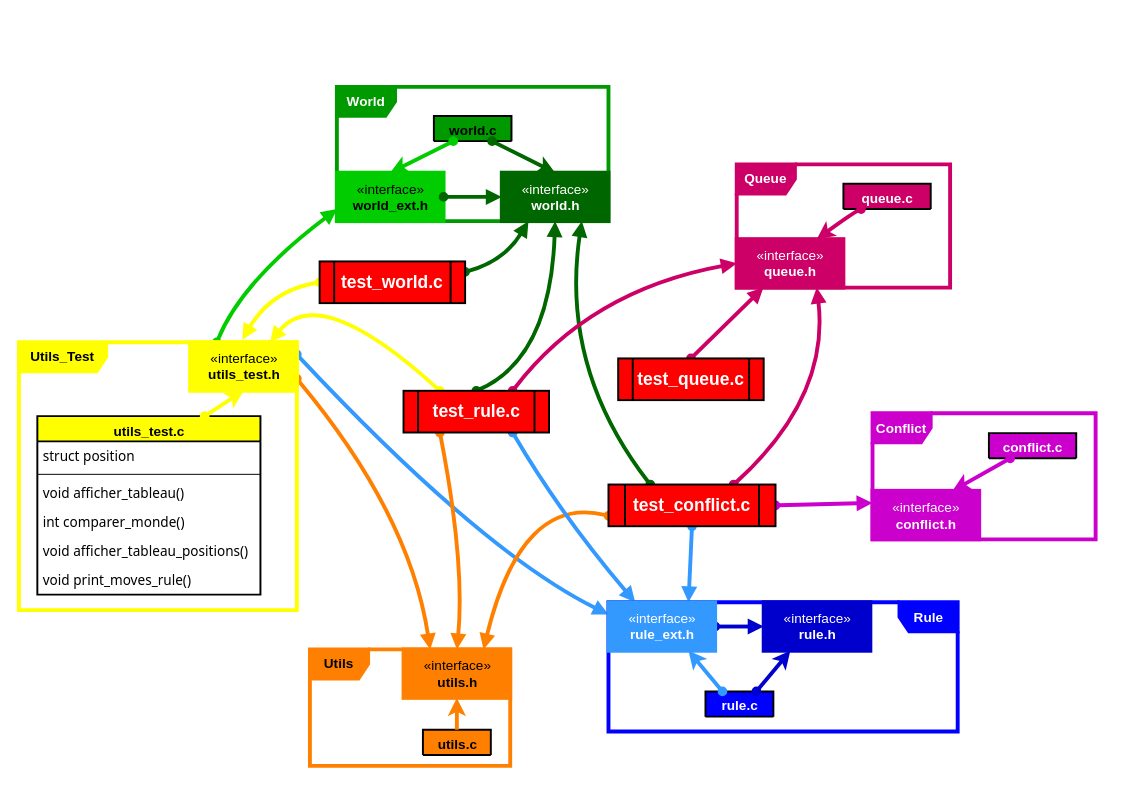
Before: doc/fig/tst.drawio in DerEins/sandwich, a draw.io diagram. Source tidied: cells renumbered, new cells numbered last; positions are measured from the earlier drawing's top-left corner, leaving out a move shared by most shapes. Both pictures are drawn from the tidied source at 97%, with x=0, y=0 at pixel (18, 86).
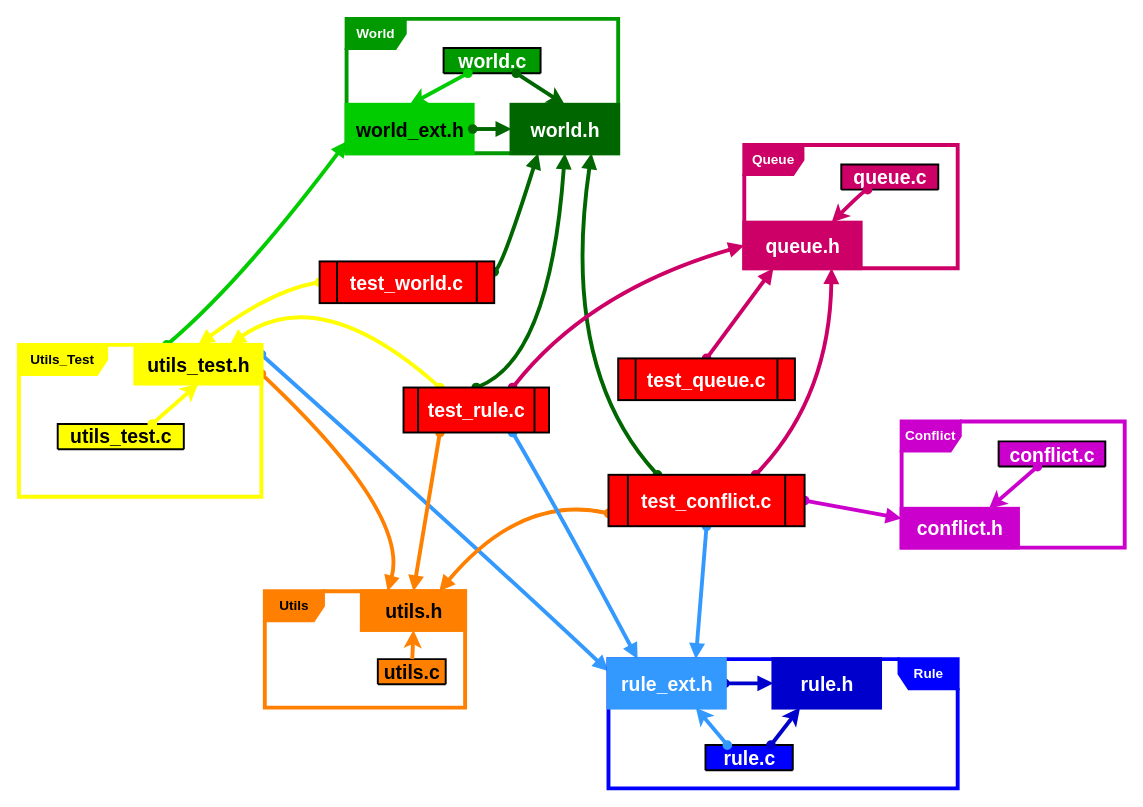
The same diagram, later.

Change to the diagram source:
```diff
@@
     <mxCell id="12" style="html=1;exitX=0.25;exitY=1;entryX=0.5;entryY=0;jettySize=auto;endArrow=block;dashed=0;endFill=1;entryDx=0;entryDy=0;exitDx=0;exitDy=0;strokeColor=#FF8000;strokeWidth=4;startArrow=oval;startFill=1;curved=1;" parent="1" edge="1" source="41" target="19">
-      <mxGeometry relative="1" as="geometry">
-        <Array as="points">
-          <mxPoint x="460" y="490" />
-        </Array>
-      </mxGeometry>
+      <mxGeometry relative="1" as="geometry" />
     </mxCell>
@@
-    <mxCell id="16" style="html=1;exitX=0;exitY=0.5;jettySize=auto;endArrow=block;dashed=0;endFill=1;exitDx=0;exitDy=0;entryX=0.804;entryY=-0.01;entryDx=0;entryDy=0;strokeColor=#FFFF00;strokeWidth=4;startArrow=oval;startFill=1;entryPerimeter=0;curved=1;" parent="1" edge="1" source="40" target="22">
+    <mxCell id="16" style="html=1;exitX=0;exitY=0.5;jettySize=auto;endArrow=block;dashed=0;endFill=1;exitDx=0;exitDy=0;strokeColor=#FFFF00;strokeWidth=4;startArrow=oval;startFill=1;curved=1;entryX=0.5;entryY=0;entryDx=0;entryDy=0;" parent="1" edge="1" source="40" target="30">
       <mxGeometry relative="1" as="geometry">
         <Array as="points">
           <mxPoint x="260" y="210" />
         </Array>
       </mxGeometry>
     </mxCell>
@@
     <mxCell id="18" value="&lt;font style=&quot;font-size: 14px&quot;&gt;&lt;b&gt;Utils&lt;/b&gt;&lt;/font&gt;" style="shape=umlFrame;whiteSpace=wrap;html=1;fillColor=#FF8000;strokeWidth=4;strokeColor=#FF8000;swimlaneFillColor=none;" parent="1" vertex="1">
-      <mxGeometry x="300" y="580" width="206.5" height="120" as="geometry" />
+      <mxGeometry x="253.5" y="520" width="206.5" height="120" as="geometry" />
     </mxCell>
-    <mxCell id="19" value="«interface»&lt;br&gt;&lt;b&gt;utils.h&lt;br&gt;&lt;/b&gt;" style="html=1;rounded=0;shadow=0;comic=0;fontFamily=Helvetica;fontSize=14;strokeColor=#FF8000;strokeWidth=4;fillColor=#FF8000;" parent="18" vertex="1">
-      <mxGeometry x="96.5" width="110" height="50" as="geometry" />
+    <mxCell id="19" value="&lt;b style=&quot;font-size: 20px&quot;&gt;utils.h&lt;br style=&quot;font-size: 20px&quot;&gt;&lt;/b&gt;" style="html=1;rounded=0;shadow=0;comic=0;fontFamily=Helvetica;fontSize=20;strokeColor=#FF8000;strokeWidth=4;fillColor=#FF8000;" parent="18" vertex="1">
+      <mxGeometry x="100" width="106.5" height="40" as="geometry" />
     </mxCell>
-    <mxCell id="20" value="utils.c" style="swimlane;fontStyle=1;align=center;verticalAlign=top;horizontal=1;startSize=26;rounded=0;shadow=0;comic=0;fontFamily=Helvetica;fontSize=14;strokeColor=#000000;strokeWidth=2;fillColor=#FF8000;html=1;" parent="18" vertex="1" collapsed="1">
-      <mxGeometry x="116.5" y="82.8" width="70" height="26" as="geometry" />
+    <mxCell id="20" value="utils.c" style="swimlane;fontStyle=1;align=center;verticalAlign=middle;horizontal=1;startSize=26;rounded=0;shadow=0;comic=0;fontFamily=Helvetica;fontSize=20;strokeColor=#000000;strokeWidth=2;fillColor=#FF8000;html=1;" parent="18" vertex="1" collapsed="1">
+      <mxGeometry x="116.5" y="70" width="70" height="26" as="geometry" />
     </mxCell>
@@
     <mxCell id="22" value="&lt;font style=&quot;font-size: 14px&quot;&gt;&lt;b&gt;Utils_Test&lt;/b&gt;&lt;/font&gt;" style="shape=umlFrame;whiteSpace=wrap;html=1;fillColor=#FFFF00;strokeWidth=4;strokeColor=#FFFF00;swimlaneFillColor=none;width=90;height=30;" parent="1" vertex="1">
-      <mxGeometry y="263.4" width="286.5" height="276.1" as="geometry" />
+      <mxGeometry y="266" width="250" height="156.6" as="geometry" />
     </mxCell>
+    <mxCell id="30" value="&lt;b style=&quot;font-size: 20px;&quot;&gt;utils_test.h&lt;br style=&quot;font-size: 20px;&quot;&gt;&lt;/b&gt;" style="html=1;rounded=0;shadow=0;comic=0;fontFamily=Helvetica;fontSize=20;strokeColor=#FFFF00;strokeWidth=4;fillColor=#FFFF00;" parent="22" vertex="1">
+      <mxGeometry x="120" width="130" height="40" as="geometry" />
+    </mxCell>
-    <mxCell id="23" value="utils_test.c" style="swimlane;fontStyle=1;align=center;verticalAlign=top;horizontal=1;startSize=26;rounded=0;shadow=0;comic=0;fontFamily=Helvetica;fontSize=14;strokeColor=#000000;strokeWidth=2;fillColor=#FFFF00;html=1;" parent="22" vertex="1">
-      <mxGeometry x="19" y="76.1" width="230" height="184" as="geometry" />
+    <mxCell id="23" value="utils_test.c" style="swimlane;fontStyle=1;align=center;verticalAlign=middle;horizontal=1;startSize=26;rounded=0;shadow=0;comic=0;fontFamily=Helvetica;fontSize=20;strokeColor=#000000;strokeWidth=2;fillColor=#FFFF00;html=1;spacingBottom=1;" parent="22" vertex="1" collapsed="1">
+      <mxGeometry x="40" y="81.6" width="130" height="26" as="geometry" />
     </mxCell>
-    <mxCell id="24" value="&lt;span style=&quot;color: rgb(0 , 0 , 0) ; font-family: &amp;#34;tahoma&amp;#34;&quot;&gt;struct position&lt;/span&gt;" style="text;whiteSpace=wrap;html=1;fontSize=14;fontFamily=Tahoma;fontColor=#FFFFFF;verticalAlign=middle;spacing=2;spacingLeft=4;spacingRight=4;" parent="23" vertex="1">
-      <mxGeometry y="26" width="230" height="30" as="geometry" />
-    </mxCell>
-    <mxCell id="25" style="line;strokeWidth=1;fillColor=none;align=left;verticalAlign=middle;spacingTop=-1;spacingLeft=3;spacingRight=3;labelPosition=right;rounded=0;shadow=0;comic=0;fontFamily=Helvetica;fontSize=14;html=1;" parent="23" vertex="1">
-      <mxGeometry y="56" width="230" height="8" as="geometry" />
-    </mxCell>
-    <mxCell id="26" value="&lt;span style=&quot;color: rgb(0 , 0 , 0) ; font-family: &amp;#34;tahoma&amp;#34;&quot;&gt;void afficher_tableau()&lt;/span&gt;" style="text;whiteSpace=wrap;html=1;fontSize=14;fontFamily=Tahoma;fontColor=#FFFFFF;verticalAlign=middle;spacing=2;spacingLeft=4;spacingRight=4;" parent="23" vertex="1">
-      <mxGeometry y="64" width="230" height="30" as="geometry" />
-    </mxCell>
-    <mxCell id="27" value="&lt;span style=&quot;color: rgb(0 , 0 , 0) ; font-family: &amp;#34;tahoma&amp;#34;&quot;&gt;int comparer_monde&lt;/span&gt;&lt;span style=&quot;color: rgb(0 , 0 , 0) ; font-family: &amp;#34;tahoma&amp;#34;&quot;&gt;()&lt;/span&gt;" style="text;whiteSpace=wrap;html=1;fontSize=14;fontFamily=Tahoma;fontColor=#FFFFFF;verticalAlign=middle;spacing=2;spacingLeft=4;spacingRight=4;" parent="23" vertex="1">
-      <mxGeometry y="94" width="230" height="30" as="geometry" />
-    </mxCell>
-    <mxCell id="28" value="&lt;span style=&quot;color: rgb(0 , 0 , 0) ; font-family: &amp;#34;tahoma&amp;#34;&quot;&gt;void afficher_tableau_positions(&lt;/span&gt;&lt;span style=&quot;color: rgb(0 , 0 , 0) ; font-family: &amp;#34;tahoma&amp;#34;&quot;&gt;)&lt;/span&gt;" style="text;whiteSpace=wrap;html=1;fontSize=14;fontFamily=Tahoma;fontColor=#FFFFFF;verticalAlign=middle;spacing=2;spacingLeft=4;spacingRight=4;" parent="23" vertex="1">
-      <mxGeometry y="124" width="230" height="30" as="geometry" />
-    </mxCell>
-    <mxCell id="29" value="&lt;span style=&quot;color: rgb(0 , 0 , 0) ; font-family: &amp;#34;tahoma&amp;#34;&quot;&gt;void print_moves_rule(&lt;/span&gt;&lt;span style=&quot;color: rgb(0 , 0 , 0) ; font-family: &amp;#34;tahoma&amp;#34;&quot;&gt;)&lt;/span&gt;" style="text;whiteSpace=wrap;html=1;fontSize=14;fontFamily=Tahoma;fontColor=#FFFFFF;verticalAlign=middle;spacing=2;spacingLeft=4;spacingRight=4;" parent="23" vertex="1">
-      <mxGeometry y="154" width="230" height="30" as="geometry" />
-    </mxCell>
-    <mxCell id="30" value="«interface»&lt;br&gt;&lt;b&gt;utils_test.h&lt;br&gt;&lt;/b&gt;" style="html=1;rounded=0;shadow=0;comic=0;fontFamily=Helvetica;fontSize=14;strokeColor=#FFFF00;strokeWidth=4;fillColor=#FFFF00;" parent="22" vertex="1">
-      <mxGeometry x="176.5" width="110" height="50" as="geometry" />
-    </mxCell>
@@
     <mxCell id="32" value="&lt;font style=&quot;font-size: 14px&quot; color=&quot;#ffffff&quot;&gt;&lt;b&gt;Conflict&lt;/b&gt;&lt;/font&gt;" style="shape=umlFrame;whiteSpace=wrap;html=1;fillColor=#CC00CC;strokeWidth=4;strokeColor=#CC00CC;swimlaneFillColor=none;shadow=0;" parent="1" vertex="1">
-      <mxGeometry x="880" y="336.5" width="230" height="130" as="geometry" />
+      <mxGeometry x="910" y="345" width="230" height="130" as="geometry" />
     </mxCell>
-    <mxCell id="33" value="&lt;font color=&quot;#ffffff&quot;&gt;«interface»&lt;br&gt;&lt;/font&gt;&lt;b&gt;&lt;font color=&quot;#ffffff&quot;&gt;conflict.h&lt;/font&gt;&lt;br&gt;&lt;/b&gt;" style="html=1;rounded=0;shadow=0;comic=0;fontFamily=Helvetica;fontSize=14;strokeColor=#CC00CC;strokeWidth=4;fillColor=#CC00CC;" parent="32" vertex="1">
-      <mxGeometry y="80" width="110" height="50" as="geometry" />
+    <mxCell id="33" value="&lt;b&gt;&lt;font color=&quot;#ffffff&quot; style=&quot;font-size: 20px&quot;&gt;conflict.h&lt;/font&gt;&lt;br&gt;&lt;/b&gt;" style="html=1;rounded=0;shadow=0;comic=0;fontFamily=Helvetica;fontSize=14;strokeColor=#CC00CC;strokeWidth=4;fillColor=#CC00CC;" parent="32" vertex="1">
+      <mxGeometry y="90" width="120" height="40" as="geometry" />
     </mxCell>
-    <mxCell id="34" value="&lt;font color=&quot;#ffffff&quot;&gt;conflict.c&lt;/font&gt;" style="swimlane;fontStyle=1;align=center;verticalAlign=top;horizontal=1;startSize=26;rounded=0;shadow=0;comic=0;fontFamily=Helvetica;fontSize=14;strokeColor=#000000;strokeWidth=2;fillColor=#CC00CC;html=1;" parent="32" vertex="1" collapsed="1">
-      <mxGeometry x="120" y="20.5" width="90" height="26" as="geometry" />
+    <mxCell id="34" value="&lt;font color=&quot;#ffffff&quot; style=&quot;font-size: 20px;&quot;&gt;conflict.c&lt;/font&gt;" style="swimlane;fontStyle=1;align=center;verticalAlign=middle;horizontal=1;startSize=26;rounded=0;shadow=0;comic=0;fontFamily=Helvetica;fontSize=20;strokeColor=#000000;strokeWidth=2;fillColor=#CC00CC;html=1;" parent="32" vertex="1" collapsed="1">
+      <mxGeometry x="100" y="20.5" width="110" height="26" as="geometry" />
     </mxCell>
@@
     <mxCell id="36" value="&lt;font color=&quot;#ffffff&quot; style=&quot;line-height: 1.2 ; font-size: 14px&quot;&gt;&lt;b&gt;Queue&lt;/b&gt;&lt;/font&gt;" style="shape=umlFrame;whiteSpace=wrap;html=1;fillColor=#CC0066;strokeWidth=4;strokeColor=#CC0066;swimlaneFillColor=none;" parent="1" vertex="1">
-      <mxGeometry x="740" y="80" width="220" height="127" as="geometry" />
+      <mxGeometry x="747.8" y="60" width="220" height="127" as="geometry" />
     </mxCell>
-    <mxCell id="37" value="&lt;font color=&quot;#ffffff&quot;&gt;«interface»&lt;br&gt;&lt;/font&gt;&lt;b&gt;&lt;font color=&quot;#ffffff&quot;&gt;queue.h&lt;/font&gt;&lt;br&gt;&lt;/b&gt;" style="html=1;rounded=0;shadow=0;comic=0;fontFamily=Helvetica;fontSize=14;strokeColor=#CC0066;strokeWidth=4;fillColor=#CC0066;" parent="36" vertex="1">
-      <mxGeometry y="77" width="110" height="50" as="geometry" />
+    <mxCell id="37" value="&lt;b&gt;&lt;font color=&quot;#ffffff&quot; style=&quot;font-size: 20px&quot;&gt;queue.h&lt;/font&gt;&lt;br&gt;&lt;/b&gt;" style="html=1;rounded=0;shadow=0;comic=0;fontFamily=Helvetica;fontSize=14;strokeColor=#CC0066;strokeWidth=4;fillColor=#CC0066;" parent="36" vertex="1">
+      <mxGeometry y="80" width="120" height="47" as="geometry" />
     </mxCell>
-    <mxCell id="38" value="&lt;font color=&quot;#ffffff&quot;&gt;queue.c&lt;/font&gt;" style="swimlane;fontStyle=1;align=center;verticalAlign=top;horizontal=1;startSize=26;rounded=0;shadow=0;comic=0;fontFamily=Helvetica;fontSize=14;strokeColor=#000000;strokeWidth=2;fillColor=#CC0066;html=1;" parent="36" vertex="1" collapsed="1">
-      <mxGeometry x="110" y="20" width="90" height="26" as="geometry" />
+    <mxCell id="38" value="&lt;font color=&quot;#ffffff&quot; style=&quot;font-size: 20px;&quot;&gt;queue.c&lt;/font&gt;" style="swimlane;fontStyle=1;align=center;verticalAlign=middle;horizontal=1;startSize=26;rounded=0;shadow=0;comic=0;fontFamily=Helvetica;fontSize=20;strokeColor=#000000;strokeWidth=2;fillColor=#CC0066;html=1;" parent="36" vertex="1" collapsed="1">
+      <mxGeometry x="100" y="20" width="100" height="26" as="geometry" />
     </mxCell>
@@
-    <mxCell id="40" value="&lt;font style=&quot;font-size: 18px&quot; face=&quot;Helvetica&quot;&gt;test_world.c&lt;/font&gt;" style="shape=process;whiteSpace=wrap;html=1;backgroundOutline=1;shadow=0;labelBackgroundColor=none;fontFamily=Tahoma;fontSize=14;fontColor=#FFFFFF;strokeColor=#000000;strokeWidth=2;fillColor=#FF0000;fontStyle=1;" parent="1" vertex="1">
-      <mxGeometry x="310" y="180" width="150" height="43" as="geometry" />
+    <mxCell id="40" value="&lt;font style=&quot;font-size: 20px;&quot; face=&quot;Helvetica&quot;&gt;test_world.c&lt;/font&gt;" style="shape=process;whiteSpace=wrap;html=1;backgroundOutline=1;shadow=0;labelBackgroundColor=none;fontFamily=Tahoma;fontSize=20;fontColor=#FFFFFF;strokeColor=#000000;strokeWidth=2;fillColor=#FF0000;fontStyle=1;" parent="1" vertex="1">
+      <mxGeometry x="310" y="180" width="180" height="43" as="geometry" />
     </mxCell>
-    <mxCell id="41" value="&lt;font style=&quot;font-size: 18px&quot; face=&quot;Helvetica&quot;&gt;test_rule.c&lt;/font&gt;" style="shape=process;whiteSpace=wrap;html=1;backgroundOutline=1;shadow=0;labelBackgroundColor=none;fontFamily=Tahoma;fontSize=14;fontColor=#FFFFFF;strokeColor=#000000;strokeWidth=2;fillColor=#FF0000;fontStyle=1;" parent="1" vertex="1">
-      <mxGeometry x="396.5" y="313.4" width="150" height="43" as="geometry" />
+    <mxCell id="41" value="&lt;font style=&quot;font-size: 20px;&quot; face=&quot;Helvetica&quot;&gt;test_rule.c&lt;/font&gt;" style="shape=process;whiteSpace=wrap;html=1;backgroundOutline=1;shadow=0;labelBackgroundColor=none;fontFamily=Tahoma;fontSize=20;fontColor=#FFFFFF;strokeColor=#000000;strokeWidth=2;fillColor=#FF0000;fontStyle=1;" parent="1" vertex="1">
+      <mxGeometry x="396.5" y="310" width="150" height="46.4" as="geometry" />
     </mxCell>
-    <mxCell id="42" value="&lt;font style=&quot;font-size: 18px&quot; face=&quot;Helvetica&quot;&gt;test_conflict.c&lt;/font&gt;" style="shape=process;whiteSpace=wrap;html=1;backgroundOutline=1;shadow=0;labelBackgroundColor=none;fontFamily=Tahoma;fontSize=14;fontColor=#FFFFFF;strokeColor=#000000;strokeWidth=2;fillColor=#FF0000;fontStyle=1;" parent="1" vertex="1">
-      <mxGeometry x="607.8" y="410" width="172.2" height="43" as="geometry" />
+    <mxCell id="42" value="&lt;font style=&quot;font-size: 20px;&quot; face=&quot;Helvetica&quot;&gt;test_conflict.c&lt;/font&gt;" style="shape=process;whiteSpace=wrap;html=1;backgroundOutline=1;shadow=0;labelBackgroundColor=none;fontFamily=Tahoma;fontSize=20;fontColor=#FFFFFF;strokeColor=#000000;strokeWidth=2;fillColor=#FF0000;fontStyle=1;" parent="1" vertex="1">
+      <mxGeometry x="607.8" y="400" width="202.2" height="53" as="geometry" />
     </mxCell>
-    <mxCell id="43" value="&lt;font face=&quot;Helvetica&quot;&gt;&lt;span style=&quot;font-size: 18px&quot;&gt;test_queue.c&lt;/span&gt;&lt;/font&gt;" style="shape=process;whiteSpace=wrap;html=1;backgroundOutline=1;shadow=0;labelBackgroundColor=none;fontFamily=Tahoma;fontSize=14;fontColor=#FFFFFF;strokeColor=#000000;strokeWidth=2;fillColor=#FF0000;fontStyle=1;" parent="1" vertex="1">
-      <mxGeometry x="617.8" y="280" width="150" height="43" as="geometry" />
+    <mxCell id="43" value="&lt;font face=&quot;Helvetica&quot; style=&quot;font-size: 20px;&quot;&gt;&lt;span style=&quot;font-size: 20px;&quot;&gt;test_queue.c&lt;/span&gt;&lt;/font&gt;" style="shape=process;whiteSpace=wrap;html=1;backgroundOutline=1;shadow=0;labelBackgroundColor=none;fontFamily=Tahoma;fontSize=20;fontColor=#FFFFFF;strokeColor=#000000;strokeWidth=2;fillColor=#FF0000;fontStyle=1;" parent="1" vertex="1">
+      <mxGeometry x="617.8" y="280" width="182.2" height="43" as="geometry" />
     </mxCell>
     <mxCell id="44" value="&lt;font style=&quot;font-size: 14px&quot; color=&quot;#ffffff&quot;&gt;&lt;b&gt;Rule&lt;/b&gt;&lt;/font&gt;" style="shape=umlFrame;whiteSpace=wrap;html=1;fillColor=#0000FF;strokeWidth=4;strokeColor=#0000FF;swimlaneFillColor=none;flipH=1;noLabel=0;" parent="1" vertex="1">
-      <mxGeometry x="607.8" y="531.4" width="360" height="133.2" as="geometry" />
+      <mxGeometry x="607.8" y="590" width="360" height="133.2" as="geometry" />
     </mxCell>
-    <mxCell id="45" value="&lt;font color=&quot;#ffffff&quot;&gt;rule.c&lt;/font&gt;" style="swimlane;fontStyle=1;align=center;verticalAlign=top;horizontal=1;startSize=26;rounded=0;shadow=0;comic=0;fontFamily=Helvetica;fontSize=14;strokeColor=#000000;strokeWidth=2;fillColor=#0000FF;html=1;" parent="44" vertex="1" collapsed="1">
-      <mxGeometry x="100" y="91.9" width="70" height="26" as="geometry" />
+    <mxCell id="45" value="&lt;font color=&quot;#ffffff&quot; style=&quot;font-size: 20px;&quot;&gt;rule.c&lt;/font&gt;" style="swimlane;fontStyle=1;align=center;verticalAlign=middle;horizontal=1;startSize=26;rounded=0;shadow=0;comic=0;fontFamily=Helvetica;fontSize=20;strokeColor=#000000;strokeWidth=2;fillColor=#0000FF;html=1;" parent="44" vertex="1" collapsed="1">
+      <mxGeometry x="100" y="88.6" width="90" height="26" as="geometry" />
     </mxCell>
-    <mxCell id="46" value="&lt;font color=&quot;#ffffff&quot;&gt;«interface»&lt;br&gt;&lt;/font&gt;&lt;b&gt;&lt;font color=&quot;#ffffff&quot;&gt;rule.h&lt;/font&gt;&lt;br&gt;&lt;/b&gt;" style="html=1;rounded=0;shadow=0;comic=0;fontFamily=Helvetica;fontSize=14;strokeColor=#0000CC;strokeWidth=4;fillColor=#0000CC;" parent="44" vertex="1">
-      <mxGeometry x="160" width="110" height="50" as="geometry" />
+    <mxCell id="46" value="&lt;b&gt;&lt;font color=&quot;#ffffff&quot; style=&quot;font-size: 20px&quot;&gt;rule.h&lt;/font&gt;&lt;br&gt;&lt;/b&gt;" style="html=1;rounded=0;shadow=0;comic=0;fontFamily=Helvetica;fontSize=14;strokeColor=#0000CC;strokeWidth=4;fillColor=#0000CC;" parent="44" vertex="1">
+      <mxGeometry x="170" width="110" height="50" as="geometry" />
     </mxCell>
@@
-    <mxCell id="50" value="&lt;font color=&quot;#ffffff&quot;&gt;«interface»&lt;br&gt;&lt;/font&gt;&lt;b&gt;&lt;font color=&quot;#ffffff&quot;&gt;rule_ext.h&lt;/font&gt;&lt;br&gt;&lt;/b&gt;" style="html=1;rounded=0;shadow=0;comic=0;fontFamily=Helvetica;fontSize=14;strokeColor=#3399FF;strokeWidth=4;fillColor=#3399FF;" parent="44" vertex="1">
-      <mxGeometry width="110" height="50" as="geometry" />
+    <mxCell id="50" value="&lt;b&gt;&lt;font color=&quot;#ffffff&quot; style=&quot;font-size: 20px&quot;&gt;rule_ext.h&lt;/font&gt;&lt;br&gt;&lt;/b&gt;" style="html=1;rounded=0;shadow=0;comic=0;fontFamily=Helvetica;fontSize=14;strokeColor=#3399FF;strokeWidth=4;fillColor=#3399FF;" parent="44" vertex="1">
+      <mxGeometry width="120" height="50" as="geometry" />
     </mxCell>
     <mxCell id="51" value="&lt;font style=&quot;font-size: 14px&quot; color=&quot;#ffffff&quot;&gt;&lt;b&gt;World&lt;/b&gt;&lt;/font&gt;&lt;div style=&quot;color: rgb(0 , 0 , 0) ; font-family: &amp;#34;helvetica&amp;#34; ; font-size: 14px ; font-style: normal ; font-weight: 400 ; letter-spacing: normal ; text-align: left ; text-indent: 0px ; text-transform: none ; word-spacing: 0px ; background-color: rgb(248 , 249 , 250)&quot;&gt;&lt;/div&gt;" style="shape=umlFrame;whiteSpace=wrap;html=1;fillColor=#009900;strokeWidth=4;strokeColor=#009900;swimlaneFillColor=none;overflow=visible;noLabel=0;fixDash=0;portConstraintRotation=0;" parent="1" vertex="1">
-      <mxGeometry x="327.8" width="280" height="138.5" as="geometry" />
+      <mxGeometry x="337.8" y="-70" width="280" height="138.5" as="geometry" />
     </mxCell>
-    <mxCell id="52" value="&lt;font color=&quot;#ffffff&quot;&gt;«interface»&lt;br&gt;&lt;/font&gt;&lt;b&gt;&lt;font color=&quot;#ffffff&quot;&gt;world.h&lt;/font&gt;&lt;br&gt;&lt;/b&gt;" style="html=1;rounded=0;shadow=0;comic=0;fontFamily=Helvetica;fontSize=14;strokeColor=#006600;strokeWidth=4;fillColor=#006600;" parent="51" vertex="1">
+    <mxCell id="52" value="&lt;b&gt;&lt;font color=&quot;#ffffff&quot; style=&quot;font-size: 20px&quot;&gt;world.h&lt;/font&gt;&lt;br&gt;&lt;/b&gt;" style="html=1;rounded=0;shadow=0;comic=0;fontFamily=Helvetica;fontSize=14;strokeColor=#006600;strokeWidth=4;fillColor=#006600;" parent="51" vertex="1">
       <mxGeometry x="170" y="88.5" width="110" height="50" as="geometry" />
     </mxCell>
-    <mxCell id="53" value="«interface»&lt;br&gt;&lt;b&gt;world_ext.h&lt;br&gt;&lt;/b&gt;" style="html=1;rounded=0;shadow=0;comic=0;fontFamily=Helvetica;fontSize=14;strokeColor=#00CC00;strokeWidth=4;fillColor=#00CC00;" parent="51" vertex="1">
-      <mxGeometry y="88.5" width="110" height="50" as="geometry" />
+    <mxCell id="53" value="&lt;b style=&quot;font-size: 20px;&quot;&gt;world_ext.h&lt;br style=&quot;font-size: 20px;&quot;&gt;&lt;/b&gt;" style="html=1;rounded=0;shadow=0;comic=0;fontFamily=Helvetica;fontSize=20;strokeColor=#00CC00;strokeWidth=4;fillColor=#00CC00;" parent="51" vertex="1">
+      <mxGeometry y="88.5" width="130" height="50" as="geometry" />
     </mxCell>
@@
-    <mxCell id="55" value="world.c" style="swimlane;fontStyle=1;align=center;verticalAlign=top;horizontal=1;startSize=26;rounded=0;shadow=0;comic=0;fontFamily=Helvetica;fontSize=14;strokeColor=#000000;strokeWidth=2;fillColor=#009900;html=1;" parent="51" vertex="1" collapsed="1">
-      <mxGeometry x="100" y="30" width="80" height="26" as="geometry" />
+    <mxCell id="55" value="world.c" style="swimlane;fontStyle=1;align=center;verticalAlign=middle;horizontal=1;startSize=26;rounded=0;shadow=0;comic=0;fontFamily=Helvetica;fontSize=20;strokeColor=#000000;strokeWidth=2;fillColor=#009900;html=1;fontColor=#FFFFFF;" parent="51" vertex="1" collapsed="1">
+      <mxGeometry x="100" y="30" width="100" height="26" as="geometry" />
     </mxCell>
```
